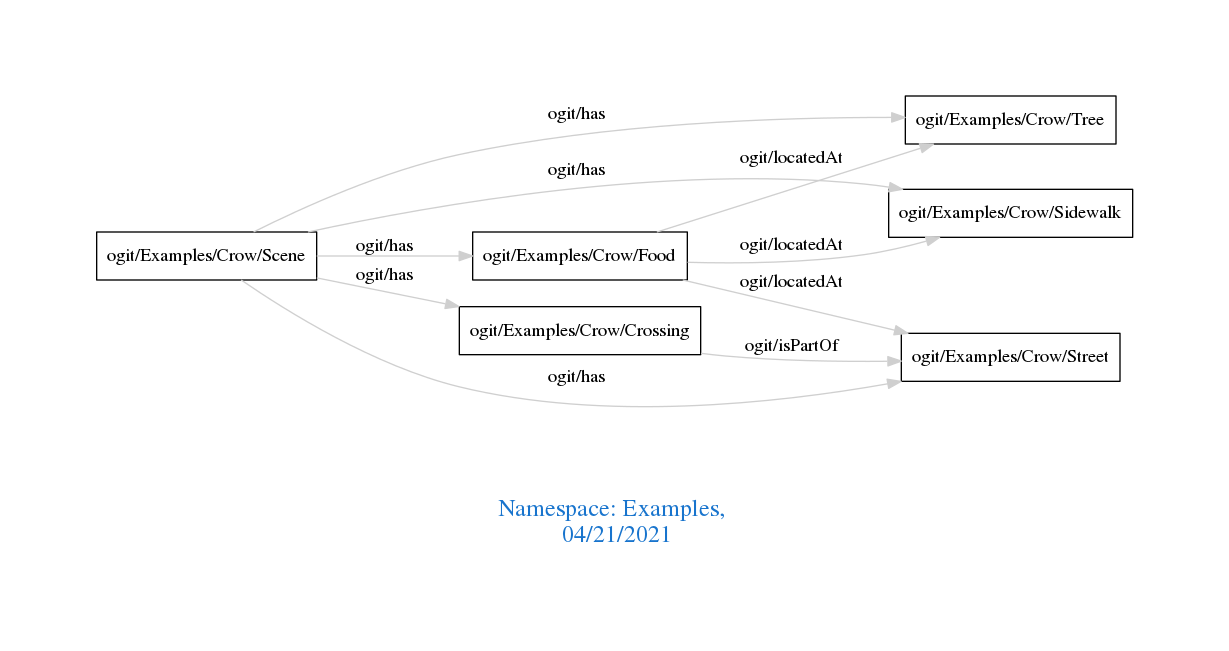
Earlier version of the Graphviz export downloads/Examples.png (arago/OGIT). Its source is kept beside it as downloads/Examples.dot.
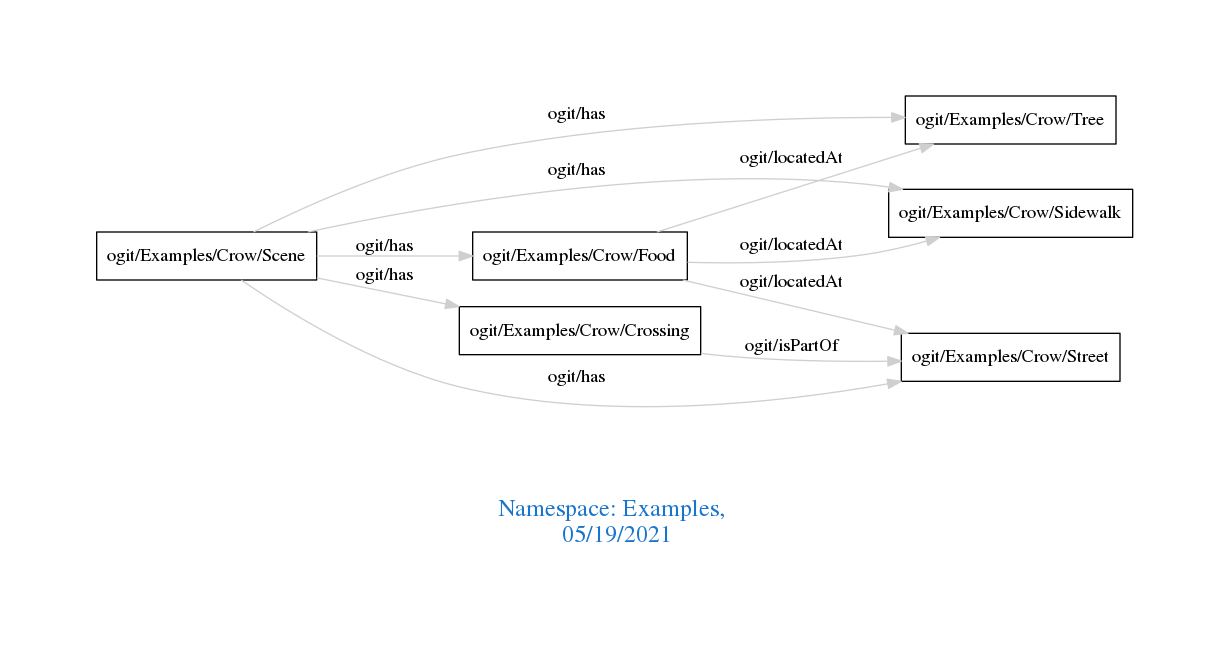
The same diagram one commit later.

Change to the diagram source:
```diff
@@ -1,7 +1,7 @@
 digraph OGIT_ontology {
  graph [ rankdir= LR,pad=1
 fontsize = 18,
-fontcolor= dodgerblue3,label = "\n\n\nNamespace: Examples, \n 04/21/2021"];
+fontcolor= dodgerblue3,label = "\n\n\nNamespace: Examples, \n 05/19/2021"];
 node[shape=polygon];
 edge [  color="gray81"];
 
```
